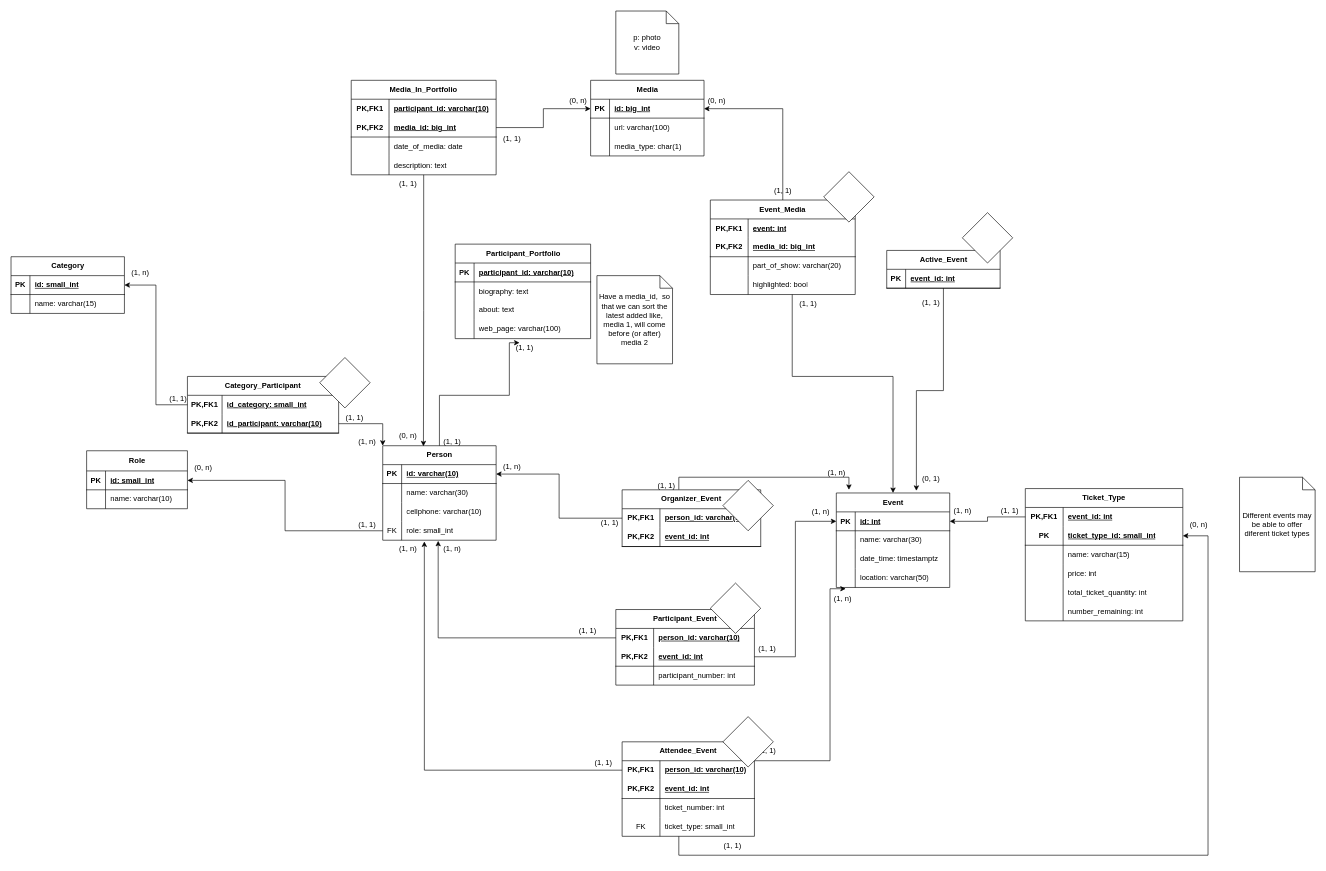
Above: DataBaseDiagram.drawio in Laughcheeta1/ImplementationMidterm (draw.io), before the change. Source tidied: cells renumbered, new cells numbered last; positions are measured from the earlier drawing's top-left corner, leaving out a move shared by most shapes. Both pictures are drawn from the tidied source at 63%, with x=0, y=0 at pixel (11, 11).
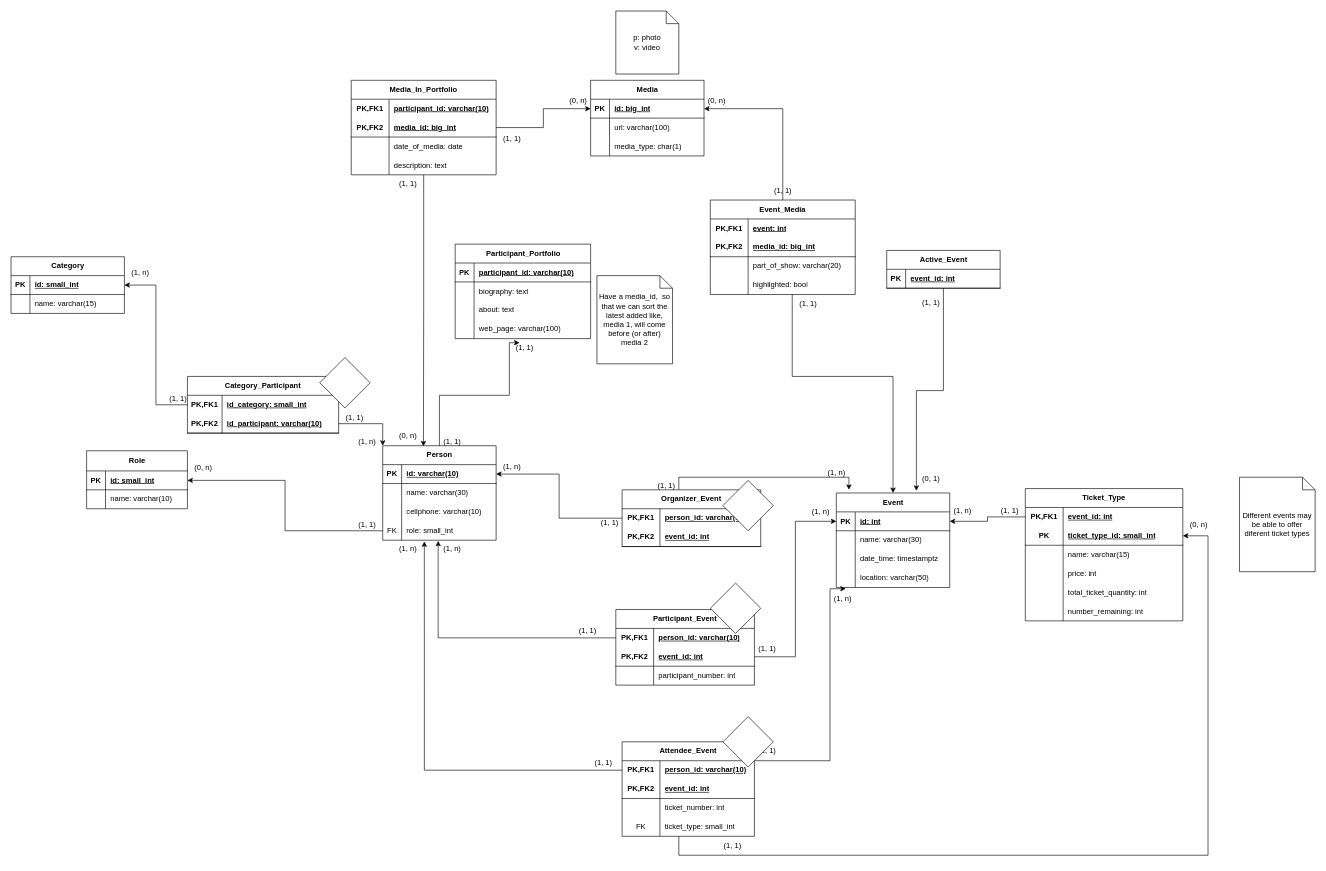
Above is the later version.

What changed in the source:
```diff
@@
-    <mxCell id="204" style="rhombus;whiteSpace=wrap;html=1;" parent="1" vertex="1">
-      <mxGeometry x="1510" y="320" width="80" height="80" as="geometry" />
-    </mxCell>
@@
-    <mxCell id="206" style="rhombus;whiteSpace=wrap;html=1;" parent="1" vertex="1">
-      <mxGeometry x="1290" y="255" width="80" height="80" as="geometry" />
-    </mxCell>
```
